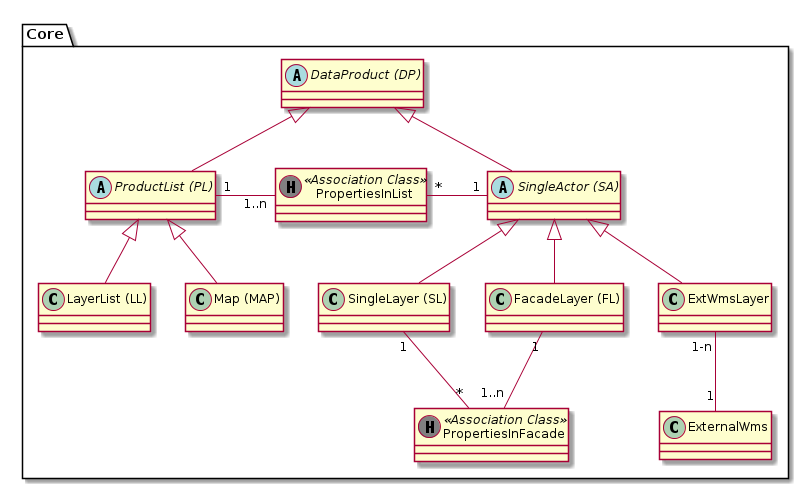
Earlier version of the PlantUML export puml_output/simi_core.png (simi-so/mm).
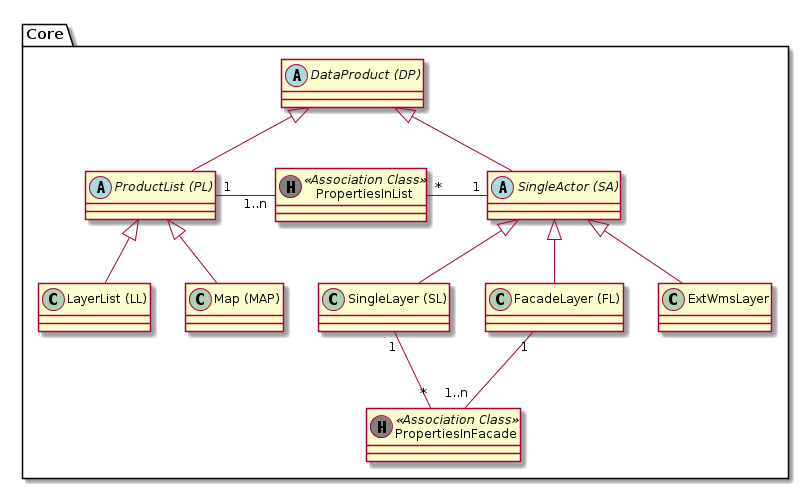
Later version of the same file.

What changed in the source:
```diff
@@ -10,8 +10,6 @@
   class "FacadeLayer (FL)" as fl
   class "SingleLayer (SL)" as sl
   class "ExtWmsLayer" as ewl
-
-  class "ExternalWms" as ew
 
   class "PropertiesInFacade" as pif << (H, grey) Association Class >>
   class "PropertiesInList" as pil << (H, grey) Association Class >>
@@ -31,7 +29,5 @@
 
   fl "1" -- "1..n" pif : "      "
   pif "*" -up- "1" sl : "      "
-
-  ewl "1-n" -- "1" ew
 }
 @enduml
```
